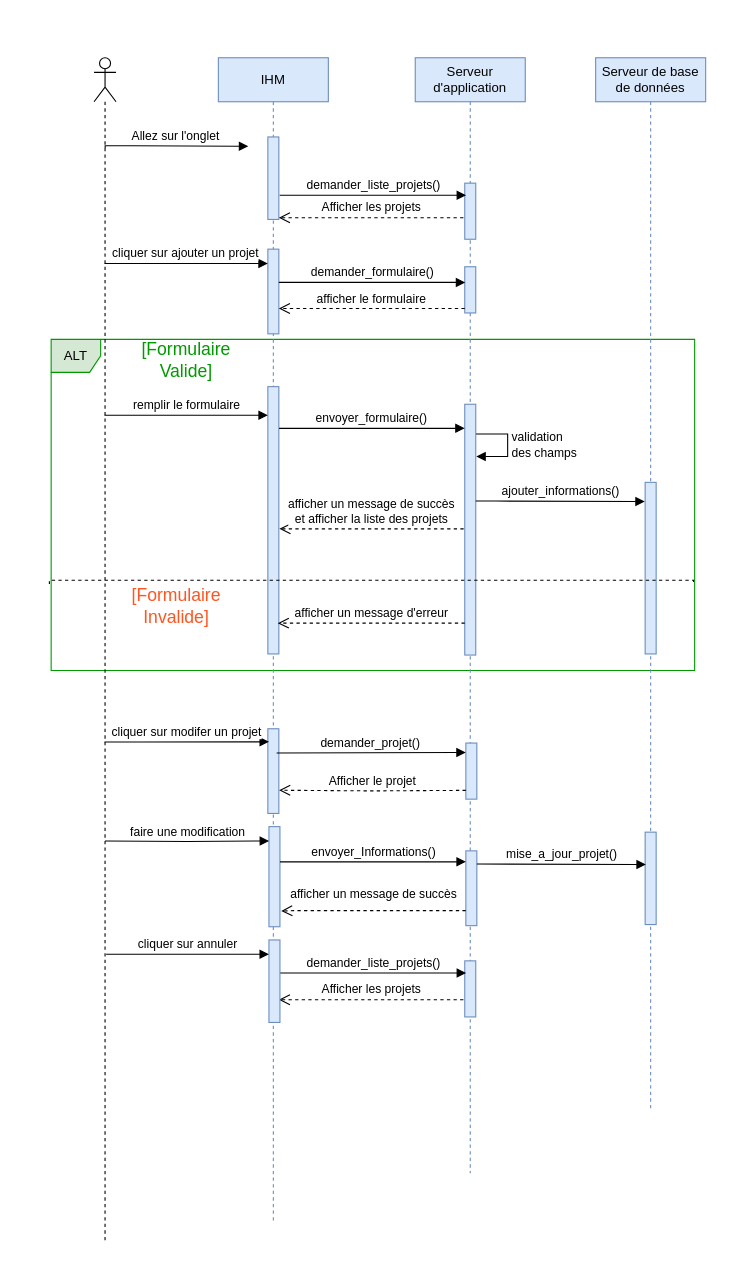
The draw.io diagram Diagramme de Sequence Gerer projets .drawio in ZidiMedAmine/UML, before the edit. Source tidied: cells renumbered, new cells numbered last; positions are measured from the earlier drawing's top-left corner, leaving out a move shared by most shapes. Both pictures are drawn from the tidied source at 110%, with x=0, y=0 at pixel (48, 57).
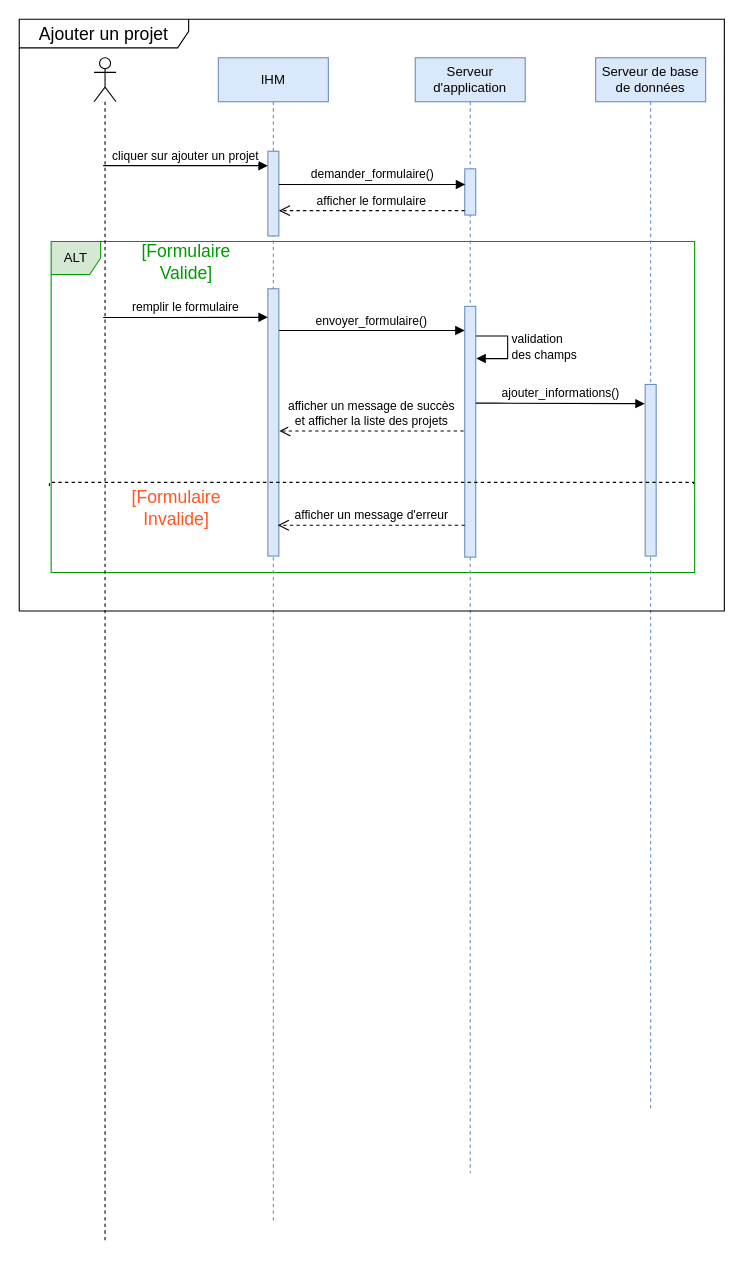
After the change.

The change refers to these unchanged cells:
```xml
<mxCell id="5" style="shape=umlLifeline;participant=umlActor;perimeter=lifelinePerimeter;whiteSpace=wrap;html=1;verticalAlign=top;spacingTop=36;outlineConnect=0;" parent="1" vertex="1">
  <mxGeometry x="41" width="20" height="1076" as="geometry" />
</mxCell>
<mxCell id="6" value="IHM" style="shape=umlLifeline;perimeter=lifelinePerimeter;whiteSpace=wrap;html=1;fillColor=#dae8fc;strokeColor=#6c8ebf;" parent="1" vertex="1">
  <mxGeometry x="154" width="100" height="1059" as="geometry" />
</mxCell>
<mxCell id="14" value="Serveur de base de données" style="shape=umlLifeline;perimeter=lifelinePerimeter;whiteSpace=wrap;html=1;fillColor=#dae8fc;strokeColor=#6c8ebf;" parent="1" vertex="1">
  <mxGeometry x="497" width="100" height="957" as="geometry" />
</mxCell>
<mxCell id="17" value="Serveur d'application" style="shape=umlLifeline;perimeter=lifelinePerimeter;whiteSpace=wrap;html=1;fillColor=#dae8fc;strokeColor=#6c8ebf;" parent="1" vertex="1">
  <mxGeometry x="333" width="100" height="1014" as="geometry" />
</mxCell>
```

Change to the diagram source:
```diff
@@
     <mxCell id="2" style="group;" parent="1" vertex="1">
-      <mxGeometry x="2" y="256" width="585" height="301" as="geometry" />
+      <mxGeometry x="2" y="167" width="585" height="301" as="geometry" />
     </mxCell>
@@
     <mxCell id="7" style="html=1;points=[];perimeter=orthogonalPerimeter;fillColor=#dae8fc;strokeColor=#6c8ebf;" parent="6" vertex="1">
-      <mxGeometry x="45" y="174" width="10" height="77" as="geometry" />
+      <mxGeometry x="45" y="85" width="10" height="77" as="geometry" />
     </mxCell>
     <mxCell id="8" style="html=1;points=[];perimeter=orthogonalPerimeter;fillColor=#dae8fc;strokeColor=#6c8ebf;" parent="6" vertex="1">
-      <mxGeometry x="45" y="299" width="10" height="243" as="geometry" />
+      <mxGeometry x="45" y="210" width="10" height="243" as="geometry" />
     </mxCell>
-    <mxCell id="9" style="html=1;points=[];perimeter=orthogonalPerimeter;fillColor=#dae8fc;strokeColor=#6c8ebf;" parent="6" vertex="1">
-      <mxGeometry x="45" y="72" width="10" height="75" as="geometry" />
-    </mxCell>
-    <mxCell id="10" value="remplir le formulaire" style="html=1;verticalAlign=bottom;endArrow=block;rounded=0;edgeStyle=orthogonalEdgeStyle;" parent="6" edge="1" source="5">
+    <mxCell id="10" value="remplir le formulaire" style="html=1;verticalAlign=bottom;endArrow=block;rounded=0;edgeStyle=orthogonalEdgeStyle;" parent="6" edge="1">
       <mxGeometry relative="1" as="geometry">
-        <mxPoint x="45" y="325" as="targetPoint" />
+        <mxPoint x="-104.7" y="236.1" as="sourcePoint" />
+        <mxPoint x="45" y="236" as="targetPoint" />
         <Array as="points">
-          <mxPoint x="-49" y="325" />
-          <mxPoint x="-49" y="325" />
+          <mxPoint x="-49" y="236" />
+          <mxPoint x="-49" y="236" />
         </Array>
       </mxGeometry>
     </mxCell>
-    <mxCell id="11" style="html=1;points=[];perimeter=orthogonalPerimeter;fillColor=#dae8fc;strokeColor=#6c8ebf;" parent="6" vertex="1">
-      <mxGeometry x="45" y="610" width="10" height="77" as="geometry" />
-    </mxCell>
-    <mxCell id="12" value="cliquer sur modifer un projet" style="html=1;verticalAlign=bottom;endArrow=block;entryX=-0.001;entryY=0.167;rounded=0;edgeStyle=orthogonalEdgeStyle;entryDx=0;entryDy=0;entryPerimeter=0;" parent="6" edge="1" source="5">
-      <mxGeometry relative="1" as="geometry">
-        <mxPoint x="46" y="621.9" as="targetPoint" />
-        <Array as="points">
-          <mxPoint x="-72" y="622" />
-          <mxPoint x="-72" y="622" />
-        </Array>
-      </mxGeometry>
-    </mxCell>
-    <mxCell id="13" style="html=1;points=[];perimeter=orthogonalPerimeter;fillColor=#dae8fc;strokeColor=#6c8ebf;" parent="6" vertex="1">
-      <mxGeometry x="46" y="699" width="10" height="91" as="geometry" />
-    </mxCell>
@@
     <mxCell id="15" style="html=1;points=[];perimeter=orthogonalPerimeter;fillColor=#dae8fc;strokeColor=#6c8ebf;" parent="14" vertex="1">
-      <mxGeometry x="45" y="386" width="10" height="156" as="geometry" />
+      <mxGeometry x="45" y="297" width="10" height="156" as="geometry" />
     </mxCell>
-    <mxCell id="16" style="html=1;points=[];perimeter=orthogonalPerimeter;fillColor=#dae8fc;strokeColor=#6c8ebf;" parent="14" vertex="1">
-      <mxGeometry x="45" y="704" width="10" height="84" as="geometry" />
-    </mxCell>
@@
-    <mxCell id="18" style="html=1;points=[];perimeter=orthogonalPerimeter;fillColor=#dae8fc;strokeColor=#6c8ebf;" parent="17" vertex="1">
-      <mxGeometry x="45" y="114" width="10" height="51" as="geometry" />
-    </mxCell>
     <mxCell id="19" style="html=1;points=[];perimeter=orthogonalPerimeter;fillColor=#dae8fc;strokeColor=#6c8ebf;" parent="17" vertex="1">
-      <mxGeometry x="45" y="190" width="10" height="42" as="geometry" />
+      <mxGeometry x="45" y="101" width="10" height="42" as="geometry" />
     </mxCell>
     <mxCell id="20" style="html=1;points=[];perimeter=orthogonalPerimeter;fillColor=#dae8fc;strokeColor=#6c8ebf;" parent="17" vertex="1">
-      <mxGeometry x="45" y="315" width="10" height="228" as="geometry" />
+      <mxGeometry x="45" y="226" width="10" height="228" as="geometry" />
     </mxCell>
     <mxCell id="21" value="validation&lt;br&gt;des champs" style="edgeStyle=orthogonalEdgeStyle;html=1;align=left;spacingLeft=2;endArrow=block;rounded=0;exitX=1.034;exitY=0.02;exitDx=0;exitDy=0;exitPerimeter=0;entryX=1.055;entryY=0.088;entryDx=0;entryDy=0;entryPerimeter=0;" parent="17" edge="1">
       <mxGeometry relative="1" as="geometry">
-        <mxPoint x="55.3" y="342" as="sourcePoint" />
-        <mxPoint x="55.5" y="362.5" as="targetPoint" />
+        <mxPoint x="55.3" y="253" as="sourcePoint" />
+        <mxPoint x="55.5" y="273.5" as="targetPoint" />
         <Array as="points">
-          <mxPoint x="84" y="342" />
-          <mxPoint x="84" y="363" />
-          <mxPoint x="56" y="363" />
+          <mxPoint x="84" y="253" />
+          <mxPoint x="84" y="274" />
+          <mxPoint x="56" y="274" />
         </Array>
       </mxGeometry>
     </mxCell>
-    <mxCell id="22" style="html=1;points=[];perimeter=orthogonalPerimeter;fillColor=#dae8fc;strokeColor=#6c8ebf;" parent="17" vertex="1">
-      <mxGeometry x="46" y="623" width="10" height="51" as="geometry" />
-    </mxCell>
-    <mxCell id="23" value="demander_projet()" style="html=1;verticalAlign=bottom;endArrow=block;rounded=0;entryX=-0.008;entryY=0.167;entryDx=0;entryDy=0;entryPerimeter=0;edgeStyle=orthogonalEdgeStyle;" parent="17" edge="1" target="22">
-      <mxGeometry relative="1" as="geometry">
-        <mxPoint x="-125" y="632" as="sourcePoint" />
-        <Array as="points">
-          <mxPoint x="-126" y="632" />
-          <mxPoint x="-40" y="632" />
-        </Array>
-      </mxGeometry>
-    </mxCell>
-    <mxCell id="24" value="Afficher le projet" style="html=1;verticalAlign=bottom;endArrow=open;dashed=1;endSize=8;rounded=0;edgeStyle=orthogonalEdgeStyle;entryX=1.025;entryY=0.726;entryDx=0;entryDy=0;entryPerimeter=0;" parent="17" edge="1" target="11">
-      <mxGeometry relative="1" as="geometry">
-        <mxPoint x="46" y="666" as="sourcePoint" />
-      </mxGeometry>
-    </mxCell>
-    <mxCell id="25" style="html=1;perimeter=orthogonalPerimeter;fillColor=#dae8fc;strokeColor=#6c8ebf;" parent="17" vertex="1">
-      <mxGeometry x="45" y="821" width="10" height="51" as="geometry" />
-    </mxCell>
-    <mxCell id="26" value="Afficher les projets" style="html=1;verticalAlign=bottom;endArrow=open;dashed=1;endSize=8;rounded=0;edgeStyle=orthogonalEdgeStyle;exitX=-0.122;exitY=0.616;exitDx=0;exitDy=0;exitPerimeter=0;" parent="17" edge="1">
-      <mxGeometry relative="1" as="geometry">
-        <mxPoint x="43.8" y="856.4" as="sourcePoint" />
-        <mxPoint x="-124" y="856.4" as="targetPoint" />
-        <Array as="points">
-          <mxPoint x="22" y="856" />
-          <mxPoint x="22" y="856" />
-        </Array>
-      </mxGeometry>
-    </mxCell>
-    <mxCell id="27" value="demander_liste_projets()" style="html=1;verticalAlign=bottom;endArrow=block;rounded=0;entryX=0.045;entryY=0.339;entryDx=0;entryDy=0;entryPerimeter=0;edgeStyle=orthogonalEdgeStyle;" parent="17" edge="1">
-      <mxGeometry relative="1" as="geometry">
-        <mxPoint x="-123.2" y="832" as="sourcePoint" />
-        <mxPoint x="46.2" y="832" as="targetPoint" />
-        <Array as="points">
-          <mxPoint x="-55.2" y="832.8" />
-        </Array>
-      </mxGeometry>
-    </mxCell>
-    <mxCell id="28" value="Afficher les projets" style="html=1;verticalAlign=bottom;endArrow=open;dashed=1;endSize=8;rounded=0;edgeStyle=orthogonalEdgeStyle;exitX=-0.122;exitY=0.616;exitDx=0;exitDy=0;exitPerimeter=0;" parent="1" edge="1" source="18" target="9">
-      <mxGeometry relative="1" as="geometry">
-        <Array as="points">
-          <mxPoint x="355" y="145" />
-          <mxPoint x="355" y="145" />
-        </Array>
-      </mxGeometry>
-    </mxCell>
-    <mxCell id="29" value="cliquer sur ajouter un projet" style="html=1;verticalAlign=bottom;endArrow=block;entryX=-0.004;entryY=0.17;rounded=0;edgeStyle=orthogonalEdgeStyle;entryDx=0;entryDy=0;entryPerimeter=0;" parent="1" edge="1" source="5" target="7">
+    <mxCell id="29" value="cliquer sur ajouter un projet" style="html=1;verticalAlign=bottom;endArrow=block;entryX=-0.004;entryY=0.17;rounded=0;edgeStyle=orthogonalEdgeStyle;entryDx=0;entryDy=0;entryPerimeter=0;" parent="1" edge="1" target="7">
       <mxGeometry relative="1" as="geometry">
+        <mxPoint x="49.3" y="98.1" as="sourcePoint" />
         <Array as="points">
-          <mxPoint x="80" y="187" />
-          <mxPoint x="80" y="187" />
+          <mxPoint x="80" y="98" />
+          <mxPoint x="80" y="98" />
         </Array>
       </mxGeometry>
     </mxCell>
     <mxCell id="30" value="afficher le formulaire" style="html=1;verticalAlign=bottom;endArrow=open;dashed=1;endSize=8;rounded=0;edgeStyle=orthogonalEdgeStyle;" parent="1" edge="1" source="19" target="7">
       <mxGeometry relative="1" as="geometry">
         <Array as="points">
-          <mxPoint x="333" y="228" />
-          <mxPoint x="333" y="228" />
+          <mxPoint x="333" y="139" />
+          <mxPoint x="333" y="139" />
         </Array>
       </mxGeometry>
     </mxCell>
     <mxCell id="31" value="demander_formulaire()" style="html=1;verticalAlign=bottom;endArrow=block;rounded=0;entryX=0.045;entryY=0.339;entryDx=0;entryDy=0;entryPerimeter=0;edgeStyle=orthogonalEdgeStyle;" parent="1" edge="1" source="7" target="19">
       <mxGeometry relative="1" as="geometry">
         <Array as="points">
-          <mxPoint x="277" y="205" />
+          <mxPoint x="277" y="116" />
         </Array>
       </mxGeometry>
     </mxCell>
@@
     <mxCell id="33" value="ajouter_informations()" style="html=1;verticalAlign=bottom;endArrow=block;rounded=0;edgeStyle=orthogonalEdgeStyle;entryX=-0.034;entryY=0.112;entryDx=0;entryDy=0;entryPerimeter=0;" parent="1" edge="1" target="15">
       <mxGeometry relative="1" as="geometry">
-        <mxPoint x="388" y="403" as="sourcePoint" />
+        <mxPoint x="388" y="314" as="sourcePoint" />
         <Array as="points">
-          <mxPoint x="406" y="403" />
+          <mxPoint x="406" y="314" />
         </Array>
       </mxGeometry>
     </mxCell>
-    <mxCell id="34" value="Allez sur l'onglet" style="html=1;verticalAlign=bottom;endArrow=block;entryX=0.023;entryY=0.113;rounded=0;entryDx=0;entryDy=0;entryPerimeter=0;edgeStyle=orthogonalEdgeStyle;" parent="1" edge="1">
-      <mxGeometry relative="1" as="geometry">
-        <mxPoint x="51.1" y="82" as="sourcePoint" />
-        <mxPoint x="181.2" y="80.5" as="targetPoint" />
-        <Array as="points">
-          <mxPoint x="51" y="80" />
-          <mxPoint x="75" y="80" />
-        </Array>
-      </mxGeometry>
-    </mxCell>
@@
     <mxCell id="36" value="afficher un message d'erreur" style="html=1;verticalAlign=bottom;endArrow=open;dashed=1;endSize=8;rounded=0;edgeStyle=orthogonalEdgeStyle;" parent="1" edge="1">
       <mxGeometry relative="1" as="geometry">
-        <mxPoint x="378" y="514" as="sourcePoint" />
-        <mxPoint x="208" y="514" as="targetPoint" />
+        <mxPoint x="378" y="425" as="sourcePoint" />
+        <mxPoint x="208" y="425" as="targetPoint" />
         <Array as="points">
-          <mxPoint x="350" y="514" />
-          <mxPoint x="350" y="514" />
+          <mxPoint x="350" y="425" />
+          <mxPoint x="350" y="425" />
         </Array>
       </mxGeometry>
     </mxCell>
     <mxCell id="37" style="html=1;verticalAlign=bottom;endArrow=none;dashed=1;endSize=8;rounded=0;entryX=-0.001;entryY=0.704;entryDx=0;entryDy=0;entryPerimeter=0;exitX=1;exitY=0.699;exitDx=0;exitDy=0;exitPerimeter=0;edgeStyle=orthogonalEdgeStyle;endFill=0;" parent="1" edge="1">
       <mxGeometry relative="1" as="geometry">
-        <mxPoint x="586" y="476.6" as="sourcePoint" />
-        <mxPoint x="0.4" y="478.3" as="targetPoint" />
+        <mxPoint x="586" y="387.6" as="sourcePoint" />
+        <mxPoint x="0.4" y="389.3" as="targetPoint" />
         <Array as="points">
-          <mxPoint x="586" y="475" />
-          <mxPoint y="475" />
+          <mxPoint x="586" y="386" />
+          <mxPoint y="386" />
         </Array>
       </mxGeometry>
     </mxCell>
     <mxCell id="38" value="[Formulaire Invalide]" style="text;html=1;strokeColor=none;fillColor=none;align=center;verticalAlign=middle;whiteSpace=wrap;rounded=0;fontSize=16;fontColor=#FF5521;" parent="1" vertex="1">
-      <mxGeometry x="86" y="483" width="60" height="30" as="geometry" />
+      <mxGeometry x="86" y="394" width="60" height="30" as="geometry" />
     </mxCell>
-    <mxCell id="39" style="html=1;points=[];perimeter=orthogonalPerimeter;fillColor=#dae8fc;strokeColor=#6c8ebf;" parent="1" vertex="1">
-      <mxGeometry x="379" y="721" width="10" height="68" as="geometry" />
-    </mxCell>
-    <mxCell id="40" value="envoyer_Informations()" style="html=1;verticalAlign=bottom;endArrow=block;rounded=0;edgeStyle=orthogonalEdgeStyle;" parent="1" edge="1" target="39">
-      <mxGeometry relative="1" as="geometry">
-        <mxPoint x="210" y="731" as="sourcePoint" />
-        <Array as="points">
-          <mxPoint x="297" y="731" />
-          <mxPoint x="297" y="731" />
-        </Array>
-      </mxGeometry>
-    </mxCell>
-    <mxCell id="41" value="afficher un message de succès" style="html=1;verticalAlign=bottom;endArrow=open;dashed=1;endSize=8;rounded=0;edgeStyle=orthogonalEdgeStyle;exitX=-0.112;exitY=0.85;exitDx=0;exitDy=0;exitPerimeter=0;entryX=1.116;entryY=0.843;entryDx=0;entryDy=0;entryPerimeter=0;" parent="1" edge="1" target="13">
-      <mxGeometry y="-6" relative="1" as="geometry">
-        <mxPoint x="378.9" y="775.3" as="sourcePoint" />
-        <Array as="points">
-          <mxPoint x="225" y="775" />
-        </Array>
-      </mxGeometry>
-    </mxCell>
-    <mxCell id="42" value="mise_a_jour_projet()" style="html=1;verticalAlign=bottom;endArrow=block;rounded=0;edgeStyle=orthogonalEdgeStyle;entryX=0.063;entryY=0.351;entryDx=0;entryDy=0;entryPerimeter=0;" parent="1" edge="1" target="16">
-      <mxGeometry relative="1" as="geometry">
-        <mxPoint x="389" y="733" as="sourcePoint" />
-      </mxGeometry>
-    </mxCell>
-    <mxCell id="43" value="demander_liste_projets()" style="html=1;verticalAlign=bottom;endArrow=block;rounded=0;entryX=0.045;entryY=0.339;entryDx=0;entryDy=0;entryPerimeter=0;edgeStyle=orthogonalEdgeStyle;" parent="1" edge="1">
-      <mxGeometry relative="1" as="geometry">
-        <mxPoint x="209.8" y="125" as="sourcePoint" />
-        <mxPoint x="379.2" y="125" as="targetPoint" />
-        <Array as="points">
-          <mxPoint x="277.8" y="125.8" />
-        </Array>
-      </mxGeometry>
-    </mxCell>
-    <mxCell id="44" value="faire une modification" style="html=1;verticalAlign=bottom;endArrow=block;rounded=0;edgeStyle=orthogonalEdgeStyle;entryX=0.009;entryY=0.143;entryDx=0;entryDy=0;entryPerimeter=0;" parent="1" edge="1" target="13">
-      <mxGeometry relative="1" as="geometry">
-        <mxPoint x="51" y="712" as="sourcePoint" />
-      </mxGeometry>
-    </mxCell>
-    <mxCell id="45" style="html=1;perimeter=orthogonalPerimeter;fillColor=#dae8fc;strokeColor=#6c8ebf;" parent="1" vertex="1">
-      <mxGeometry x="200" y="802" width="10" height="75" as="geometry" />
-    </mxCell>
-    <mxCell id="46" value="cliquer sur annuler" style="html=1;verticalAlign=bottom;endArrow=block;rounded=0;edgeStyle=orthogonalEdgeStyle;" parent="1" edge="1">
-      <mxGeometry relative="1" as="geometry">
-        <mxPoint x="52" y="815" as="sourcePoint" />
-        <mxPoint x="200" y="815" as="targetPoint" />
-      </mxGeometry>
-    </mxCell>
+    <mxCell id="47" value="Ajouter un projet" style="shape=umlFrame;whiteSpace=wrap;html=1;fontSize=16;width=154;height=26;" parent="1" vertex="1">
+      <mxGeometry x="-27" y="-35" width="641" height="538" as="geometry" />
+    </mxCell>
```
